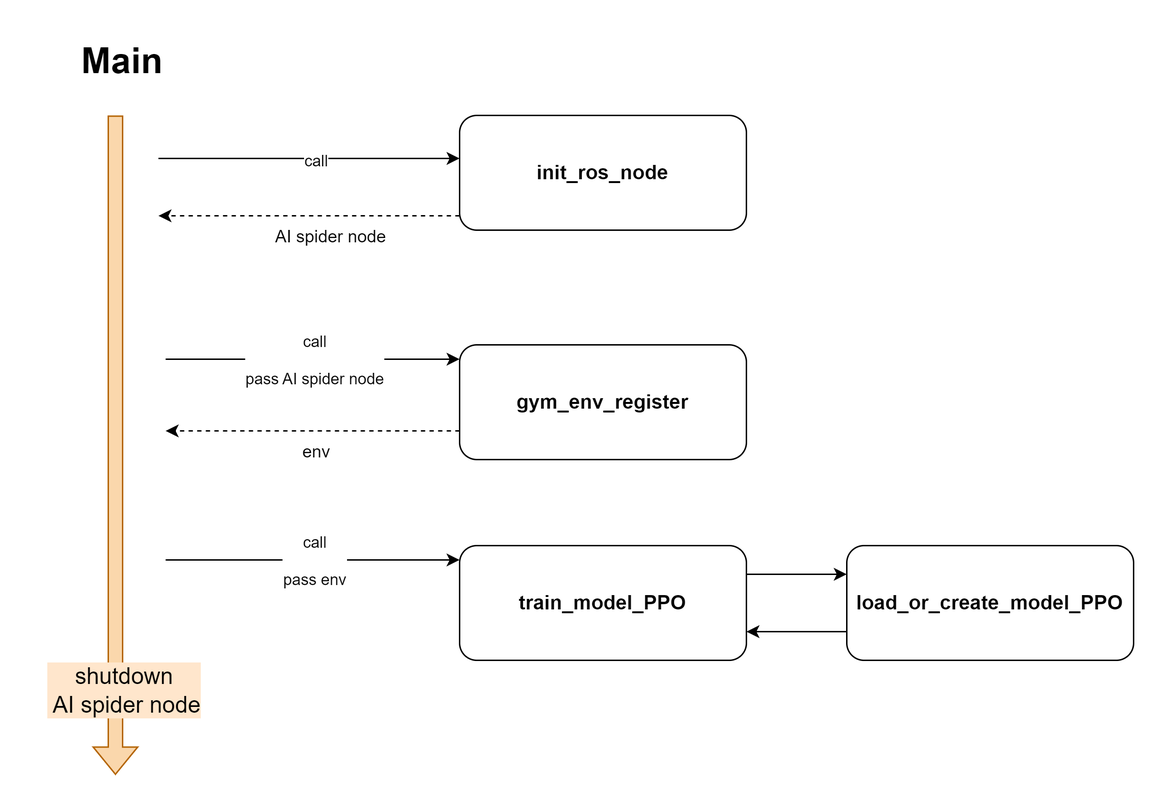
Before: diagram/spider-main.drawio.png, a diagram exported from draw.io (siangting/pros_ai_spider). Source tidied: cells renumbered, new cells last; positions are measured from the earlier drawing's top-left corner, leaving out a move shared by most shapes. The source it was exported from:
```xml
<mxGraphModel background="#ffffff">
  <root>
    <mxCell id="0" />
    <mxCell id="1" parent="0" />
    <mxCell id="2" value="&lt;font style=&quot;font-size: 14px;&quot;&gt;&lt;b&gt;init_ros_node&lt;/b&gt;&lt;/font&gt;" style="rounded=1;whiteSpace=wrap;html=1;" parent="1" vertex="1">
      <mxGeometry x="300" y="60" width="200" height="80" as="geometry" />
    </mxCell>
    <mxCell id="3" value="&lt;font style=&quot;font-size: 14px;&quot;&gt;&lt;b&gt;gym_env_register&lt;/b&gt;&lt;/font&gt;" style="rounded=1;whiteSpace=wrap;html=1;" parent="1" vertex="1">
      <mxGeometry x="300" y="220" width="200" height="80" as="geometry" />
    </mxCell>
    <mxCell id="4" style="endArrow=classic;html=1;rounded=0;dashed=1;" parent="1" edge="1">
      <mxGeometry relative="1" as="geometry">
        <mxPoint x="300" y="130" as="sourcePoint" />
        <mxPoint x="90" y="130" as="targetPoint" />
      </mxGeometry>
    </mxCell>
    <mxCell id="5" value="AI spider node" style="text;html=1;align=center;verticalAlign=middle;strokeColor=none;fillColor=none;" parent="1" vertex="1">
      <mxGeometry x="160" y="130" width="100" height="30" as="geometry" />
    </mxCell>
    <mxCell id="6" value="&lt;span style=&quot;font-size: 14px;&quot;&gt;&lt;b&gt;train_model_PPO&lt;/b&gt;&lt;/span&gt;" style="rounded=1;whiteSpace=wrap;html=1;" parent="1" vertex="1">
      <mxGeometry x="300" y="360" width="200" height="80" as="geometry" />
    </mxCell>
    <mxCell id="7" value="&lt;span style=&quot;font-size: 14px;&quot;&gt;&lt;b&gt;load_or_create_model_PPO&lt;/b&gt;&lt;/span&gt;" style="rounded=1;whiteSpace=wrap;html=1;" parent="1" vertex="1">
      <mxGeometry x="570" y="360" width="200" height="80" as="geometry" />
    </mxCell>
    <mxCell id="8" style="endArrow=classic;html=1;rounded=0;exitX=1;exitY=0.25;exitDx=0;exitDy=0;" parent="1" edge="1" source="6">
      <mxGeometry relative="1" as="geometry">
        <mxPoint x="570" y="380" as="targetPoint" />
      </mxGeometry>
    </mxCell>
    <mxCell id="9" style="endArrow=classic;html=1;rounded=0;" parent="1" edge="1">
      <mxGeometry relative="1" as="geometry">
        <mxPoint x="570" y="420" as="sourcePoint" />
        <mxPoint x="500" y="420" as="targetPoint" />
        <Array as="points">
          <mxPoint x="570" y="420" />
        </Array>
      </mxGeometry>
    </mxCell>
    <mxCell id="10" value="&lt;h1 style=&quot;margin-top: 0px; font-size: 25px;&quot;&gt;Main&lt;/h1&gt;" style="text;html=1;whiteSpace=wrap;overflow=hidden;rounded=0;align=center;fontSize=25;" parent="1" vertex="1">
      <mxGeometry width="130" height="40" as="geometry" />
    </mxCell>
    <mxCell id="11" style="endArrow=classic;html=1;rounded=0;exitX=0.5;exitY=1;exitDx=0;exitDy=0;" parent="1" edge="1">
      <mxGeometry relative="1" as="geometry">
        <mxPoint x="90" y="90" as="sourcePoint" />
        <mxPoint x="300" y="90" as="targetPoint" />
      </mxGeometry>
    </mxCell>
    <mxCell id="12" value="call" style="edgeLabel;html=1;align=center;verticalAlign=middle;" parent="11" vertex="1">
      <mxGeometry x="0.04" y="-1" relative="1" as="geometry" />
    </mxCell>
    <mxCell id="13" style="endArrow=classic;html=1;rounded=0;exitX=0.5;exitY=1;exitDx=0;exitDy=0;" parent="1" edge="1">
      <mxGeometry relative="1" as="geometry">
        <mxPoint x="95" y="230" as="sourcePoint" />
        <mxPoint x="300" y="230" as="targetPoint" />
      </mxGeometry>
    </mxCell>
    <mxCell id="14" value="call&lt;div&gt;&lt;br&gt;&lt;/div&gt;&lt;div&gt;pass AI spider node&lt;/div&gt;" style="edgeLabel;html=1;align=center;verticalAlign=middle;" parent="13" vertex="1">
      <mxGeometry x="0.01" relative="1" as="geometry" />
    </mxCell>
    <mxCell id="15" style="endArrow=classic;html=1;rounded=0;dashed=1;" parent="1" edge="1">
      <mxGeometry relative="1" as="geometry">
        <mxPoint x="300" y="280" as="sourcePoint" />
        <mxPoint x="95" y="280" as="targetPoint" />
      </mxGeometry>
    </mxCell>
    <mxCell id="16" value="env" style="text;html=1;align=center;verticalAlign=middle;strokeColor=none;fillColor=none;" parent="1" vertex="1">
      <mxGeometry x="180" y="280" width="40" height="30" as="geometry" />
    </mxCell>
    <mxCell id="17" style="endArrow=classic;html=1;rounded=0;exitX=0.5;exitY=1;exitDx=0;exitDy=0;" parent="1" edge="1">
      <mxGeometry relative="1" as="geometry">
        <mxPoint x="95" y="370" as="sourcePoint" />
        <mxPoint x="300" y="370" as="targetPoint" />
      </mxGeometry>
    </mxCell>
    <mxCell id="18" value="call&lt;div&gt;&lt;br&gt;&lt;/div&gt;&lt;div&gt;pass env&lt;/div&gt;" style="edgeLabel;html=1;align=center;verticalAlign=middle;" parent="17" vertex="1">
      <mxGeometry x="0.01" relative="1" as="geometry" />
    </mxCell>
    <mxCell id="19" style="shape=flexArrow;endArrow=classic;html=1;rounded=0;fillColor=#fad7ac;strokeColor=#b46504;" parent="1" edge="1">
      <mxGeometry relative="1" as="geometry">
        <mxPoint x="60" y="60" as="sourcePoint" />
        <mxPoint x="60" y="520" as="targetPoint" />
      </mxGeometry>
    </mxCell>
    <mxCell id="20" value="shutdown&lt;div&gt;&amp;nbsp;AI spider node&lt;/div&gt;" style="edgeLabel;html=1;align=center;verticalAlign=middle;fontSize=16;labelBackgroundColor=#FFE6CC;" parent="19" vertex="1">
      <mxGeometry x="0.84" y="1" relative="1" as="geometry">
        <mxPoint x="4" y="-23" as="offset" />
      </mxGeometry>
    </mxCell>
  </root>
</mxGraphModel>
```
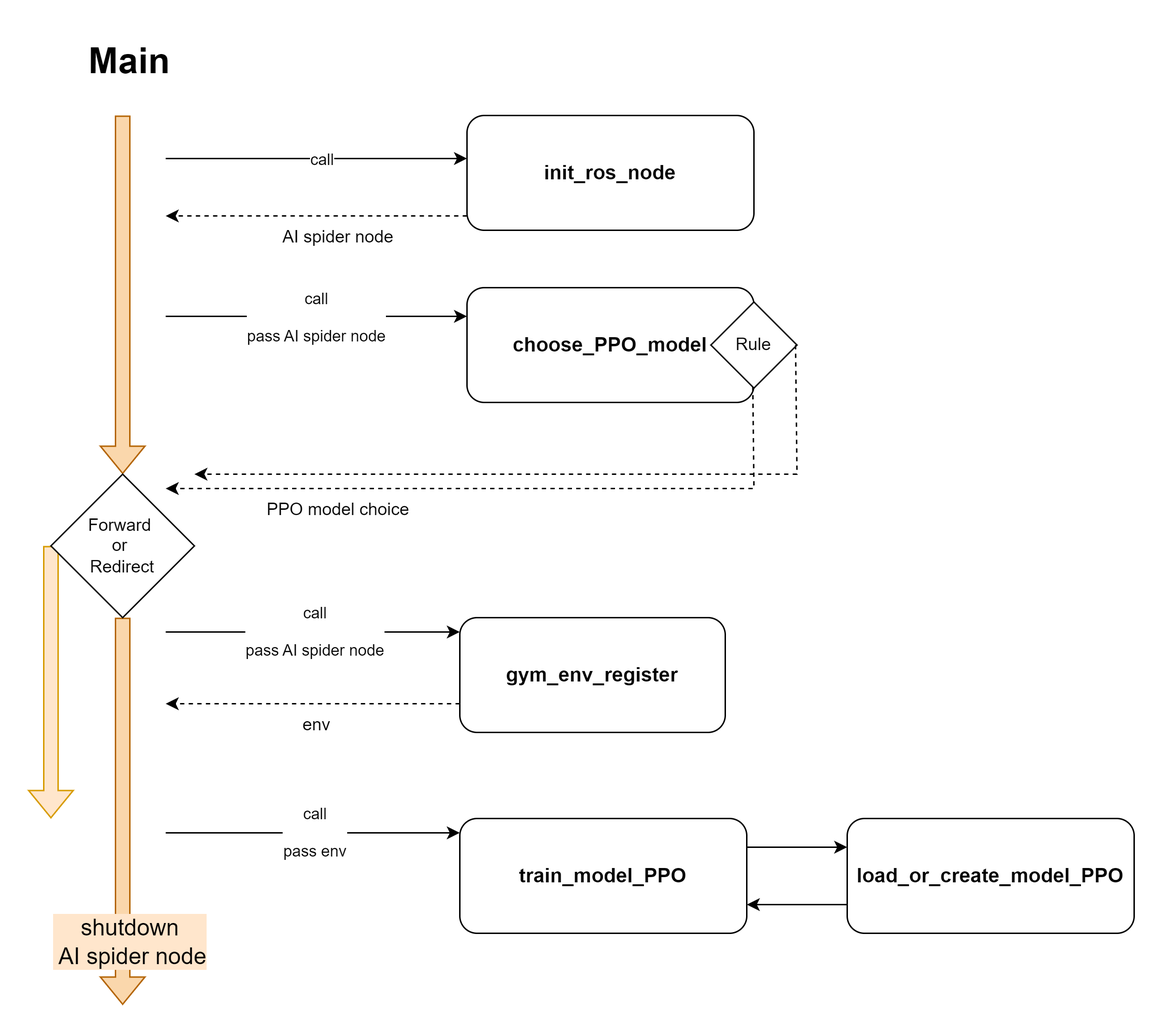
After the change.

Commit message:
[DOCS] Add RL_utils.get_observation() comment.

The edit, as a diff of the source:
```diff
@@ -3,19 +3,19 @@
     <mxCell id="0" />
     <mxCell id="1" parent="0" />
     <mxCell id="2" value="&lt;font style=&quot;font-size: 14px;&quot;&gt;&lt;b&gt;init_ros_node&lt;/b&gt;&lt;/font&gt;" style="rounded=1;whiteSpace=wrap;html=1;" parent="1" vertex="1">
-      <mxGeometry x="300" y="60" width="200" height="80" as="geometry" />
+      <mxGeometry x="305" y="-130" width="200" height="80" as="geometry" />
     </mxCell>
     <mxCell id="3" value="&lt;font style=&quot;font-size: 14px;&quot;&gt;&lt;b&gt;gym_env_register&lt;/b&gt;&lt;/font&gt;" style="rounded=1;whiteSpace=wrap;html=1;" parent="1" vertex="1">
-      <mxGeometry x="300" y="220" width="200" height="80" as="geometry" />
+      <mxGeometry x="300" y="220" width="185" height="80" as="geometry" />
     </mxCell>
     <mxCell id="4" style="endArrow=classic;html=1;rounded=0;dashed=1;" parent="1" edge="1">
       <mxGeometry relative="1" as="geometry">
-        <mxPoint x="300" y="130" as="sourcePoint" />
-        <mxPoint x="90" y="130" as="targetPoint" />
+        <mxPoint x="305" y="-60" as="sourcePoint" />
+        <mxPoint x="95" y="-60" as="targetPoint" />
       </mxGeometry>
     </mxCell>
     <mxCell id="5" value="AI spider node" style="text;html=1;align=center;verticalAlign=middle;strokeColor=none;fillColor=none;" parent="1" vertex="1">
-      <mxGeometry x="160" y="130" width="100" height="30" as="geometry" />
+      <mxGeometry x="165" y="-60" width="100" height="30" as="geometry" />
     </mxCell>
     <mxCell id="6" value="&lt;span style=&quot;font-size: 14px;&quot;&gt;&lt;b&gt;train_model_PPO&lt;/b&gt;&lt;/span&gt;" style="rounded=1;whiteSpace=wrap;html=1;" parent="1" vertex="1">
       <mxGeometry x="300" y="360" width="200" height="80" as="geometry" />
@@ -38,12 +38,12 @@
       </mxGeometry>
     </mxCell>
     <mxCell id="10" value="&lt;h1 style=&quot;margin-top: 0px; font-size: 25px;&quot;&gt;Main&lt;/h1&gt;" style="text;html=1;whiteSpace=wrap;overflow=hidden;rounded=0;align=center;fontSize=25;" parent="1" vertex="1">
-      <mxGeometry width="130" height="40" as="geometry" />
+      <mxGeometry x="5" y="-190" width="130" height="40" as="geometry" />
     </mxCell>
     <mxCell id="11" style="endArrow=classic;html=1;rounded=0;exitX=0.5;exitY=1;exitDx=0;exitDy=0;" parent="1" edge="1">
       <mxGeometry relative="1" as="geometry">
-        <mxPoint x="90" y="90" as="sourcePoint" />
-        <mxPoint x="300" y="90" as="targetPoint" />
+        <mxPoint x="95" y="-100" as="sourcePoint" />
+        <mxPoint x="305" y="-100" as="targetPoint" />
       </mxGeometry>
     </mxCell>
     <mxCell id="12" value="call" style="edgeLabel;html=1;align=center;verticalAlign=middle;" parent="11" vertex="1">
@@ -76,10 +76,9 @@
     <mxCell id="18" value="call&lt;div&gt;&lt;br&gt;&lt;/div&gt;&lt;div&gt;pass env&lt;/div&gt;" style="edgeLabel;html=1;align=center;verticalAlign=middle;" parent="17" vertex="1">
       <mxGeometry x="0.01" relative="1" as="geometry" />
     </mxCell>
-    <mxCell id="19" style="shape=flexArrow;endArrow=classic;html=1;rounded=0;fillColor=#fad7ac;strokeColor=#b46504;" parent="1" edge="1">
+    <mxCell id="19" style="shape=flexArrow;endArrow=classic;html=1;rounded=0;fillColor=#fad7ac;strokeColor=#b46504;" parent="1" edge="1" source="31">
       <mxGeometry relative="1" as="geometry">
-        <mxPoint x="60" y="60" as="sourcePoint" />
-        <mxPoint x="60" y="520" as="targetPoint" />
+        <mxPoint x="65" y="490" as="targetPoint" />
       </mxGeometry>
     </mxCell>
     <mxCell id="20" value="shutdown&lt;div&gt;&amp;nbsp;AI spider node&lt;/div&gt;" style="edgeLabel;html=1;align=center;verticalAlign=middle;fontSize=16;labelBackgroundColor=#FFE6CC;" parent="19" vertex="1">
@@ -87,5 +86,63 @@
         <mxPoint x="4" y="-23" as="offset" />
       </mxGeometry>
     </mxCell>
+    <mxCell id="21" value="&lt;span style=&quot;font-size: 14px;&quot;&gt;&lt;b&gt;choose_PPO_model&lt;/b&gt;&lt;/span&gt;" style="rounded=1;whiteSpace=wrap;html=1;" parent="1" vertex="1">
+      <mxGeometry x="305" y="-10" width="200" height="80" as="geometry" />
+    </mxCell>
+    <mxCell id="22" style="endArrow=classic;html=1;rounded=0;dashed=1;exitX=0.996;exitY=0.861;exitDx=0;exitDy=0;exitPerimeter=0;" parent="1" edge="1" source="21">
+      <mxGeometry relative="1" as="geometry">
+        <mxPoint x="95" y="130" as="targetPoint" />
+        <Array as="points">
+          <mxPoint x="505" y="130" />
+        </Array>
+      </mxGeometry>
+    </mxCell>
+    <mxCell id="23" value="PPO model choice" style="text;html=1;align=center;verticalAlign=middle;strokeColor=none;fillColor=none;" parent="1" vertex="1">
+      <mxGeometry x="155" y="130" width="120" height="30" as="geometry" />
+    </mxCell>
+    <mxCell id="24" style="endArrow=classic;html=1;rounded=0;exitX=0.5;exitY=1;exitDx=0;exitDy=0;" parent="1" edge="1">
+      <mxGeometry relative="1" as="geometry">
+        <mxPoint x="95" y="10" as="sourcePoint" />
+        <mxPoint x="305" y="10" as="targetPoint" />
+      </mxGeometry>
+    </mxCell>
+    <mxCell id="25" value="call&lt;div&gt;&lt;br&gt;&lt;/div&gt;&lt;div&gt;pass AI spider node&lt;/div&gt;" style="edgeLabel;html=1;align=center;verticalAlign=middle;" parent="24" vertex="1">
+      <mxGeometry x="0.05" y="-1" relative="1" as="geometry">
+        <mxPoint x="-5" as="offset" />
+      </mxGeometry>
+    </mxCell>
+    <mxCell id="26" value="Rule" style="rhombus;whiteSpace=wrap;html=1;" parent="1" vertex="1">
+      <mxGeometry x="475" width="60" height="60" as="geometry" />
+    </mxCell>
+    <mxCell id="27" style="endArrow=classic;html=1;rounded=0;dashed=1;exitX=0.996;exitY=0.861;exitDx=0;exitDy=0;exitPerimeter=0;" parent="1" edge="1">
+      <mxGeometry relative="1" as="geometry">
+        <mxPoint x="534" y="30" as="sourcePoint" />
+        <mxPoint x="115" y="120" as="targetPoint" />
+        <Array as="points">
+          <mxPoint x="535" y="120" />
+        </Array>
+      </mxGeometry>
+    </mxCell>
+    <mxCell id="28" style="shape=flexArrow;endArrow=classic;html=1;rounded=0;fillColor=#ffe6cc;strokeColor=#d79b00;" parent="1" edge="1" source="31">
+      <mxGeometry relative="1" as="geometry">
+        <mxPoint x="15" y="360" as="targetPoint" />
+        <Array as="points">
+          <mxPoint x="15" y="170" />
+        </Array>
+      </mxGeometry>
+    </mxCell>
+    <mxCell id="29" style="shape=flexArrow;endArrow=classic;html=1;rounded=0;fillColor=#fad7ac;strokeColor=#b46504;" parent="1" edge="1" target="31">
+      <mxGeometry relative="1" as="geometry">
+        <mxPoint x="65" y="-130" as="sourcePoint" />
+      </mxGeometry>
+    </mxCell>
+    <mxCell id="30" style="shape=flexArrow;endArrow=classic;html=1;rounded=0;fillColor=#ffe6cc;strokeColor=#d79b00;" parent="1" edge="1" target="31">
+      <mxGeometry relative="1" as="geometry">
+        <mxPoint x="65" y="170" as="sourcePoint" />
+      </mxGeometry>
+    </mxCell>
+    <mxCell id="31" value="Forward&amp;nbsp;&lt;div&gt;or&amp;nbsp;&lt;/div&gt;&lt;div&gt;Redirect&lt;/div&gt;" style="rhombus;whiteSpace=wrap;html=1;" parent="1" vertex="1">
+      <mxGeometry x="15" y="120" width="100" height="100" as="geometry" />
+    </mxCell>
   </root>
 </mxGraphModel>
```
